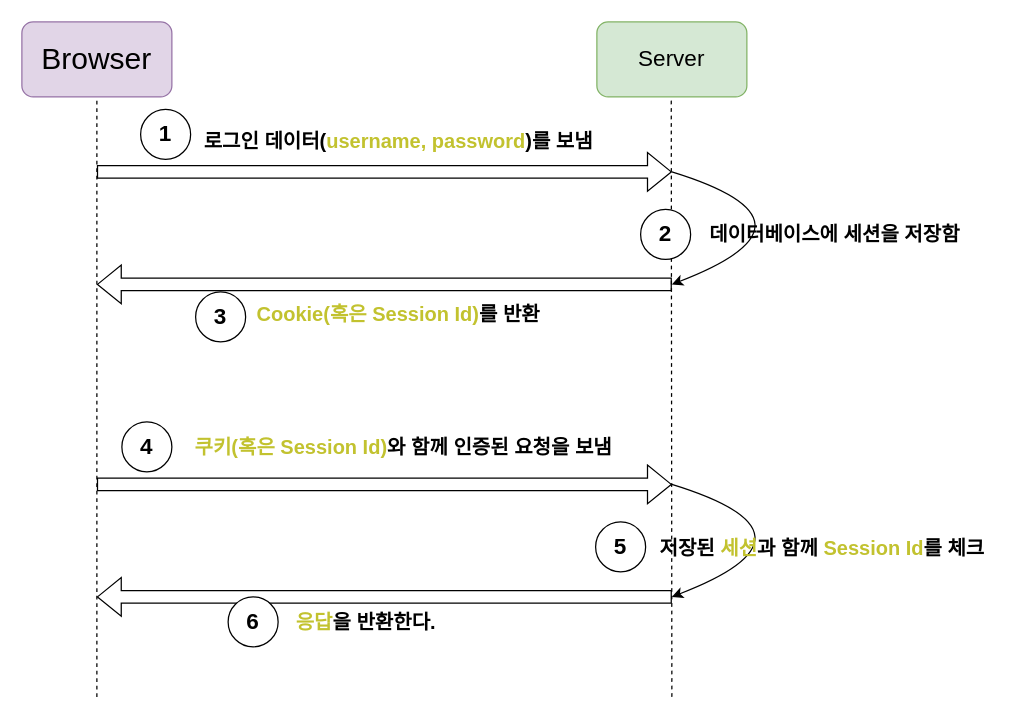
The draw.io diagram Session Diagram.drawio in intrager/diagram-repository, before the edit. Source tidied: cells renumbered, new cells numbered last; positions are measured from the earlier drawing's top-left corner, leaving out a move shared by most shapes. Both pictures are drawn from the tidied source at 125%, with x=0, y=0 at pixel (21, 21).
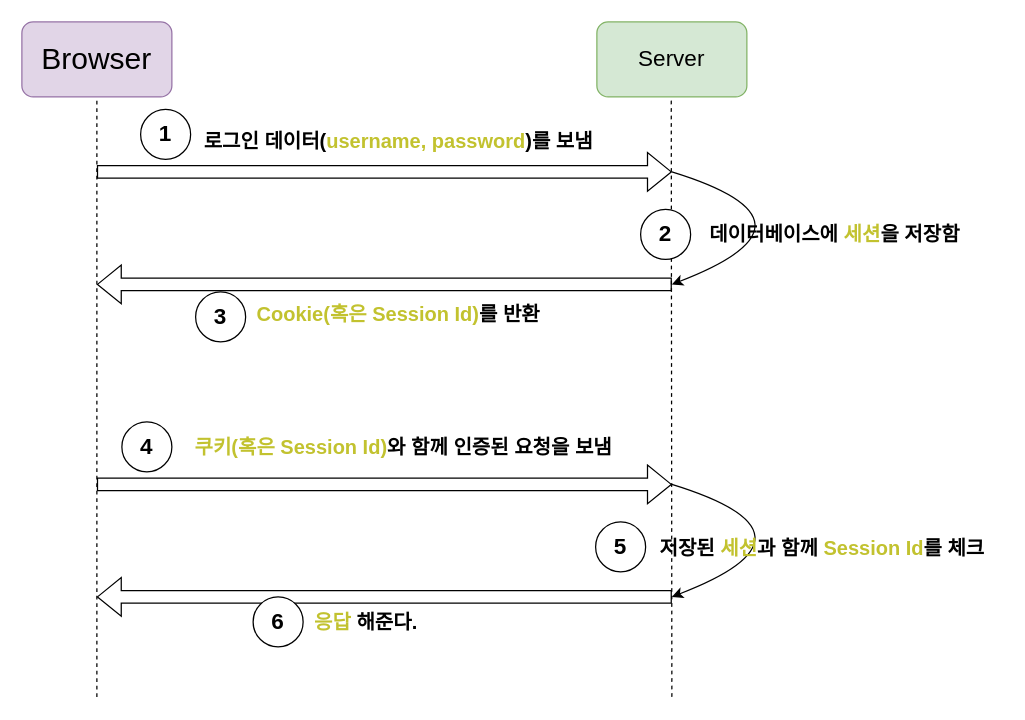
After the change.

The edit, as a diff of the source:
```diff
@@
-    <mxCell id="10" value="&lt;span style=&quot;font-size: 16px&quot;&gt;데이터베이스에 세션을 저장함&lt;/span&gt;" style="text;html=1;align=center;verticalAlign=middle;strokeColor=none;fillColor=none;fontSize=18;fontStyle=1;" parent="1" vertex="1">
+    <mxCell id="10" value="&lt;span style=&quot;font-size: 16px&quot;&gt;데이터베이스에 &lt;font color=&quot;#c2c22f&quot;&gt;세션&lt;/font&gt;을 저장함&lt;/span&gt;" style="text;html=1;align=center;verticalAlign=middle;strokeColor=none;fillColor=none;fontSize=18;fontStyle=1;" parent="1" vertex="1">
       <mxGeometry x="535" y="155" width="230" height="30" as="geometry" />
     </mxCell>
@@
     <mxCell id="22" value="6" style="ellipse;whiteSpace=wrap;html=1;fontSize=18;fontStyle=1;" parent="1" vertex="1">
-      <mxGeometry x="165" y="460" width="40" height="40" as="geometry" />
+      <mxGeometry x="185" y="460" width="40" height="40" as="geometry" />
     </mxCell>
-    <mxCell id="23" value="&lt;span style=&quot;font-size: 16px&quot;&gt;&lt;font color=&quot;#c2c22f&quot;&gt;응답&lt;/font&gt;을 반환한다.&lt;/span&gt;" style="text;html=1;align=center;verticalAlign=middle;strokeColor=none;fillColor=none;fontSize=18;fontStyle=1;" parent="1" vertex="1">
-      <mxGeometry x="205" y="465" width="140" height="30" as="geometry" />
+    <mxCell id="23" value="&lt;span style=&quot;font-size: 16px&quot;&gt;&lt;font color=&quot;#c2c22f&quot;&gt;응답&amp;nbsp;&lt;/font&gt;해준다.&lt;/span&gt;" style="text;html=1;align=center;verticalAlign=middle;strokeColor=none;fillColor=none;fontSize=18;fontStyle=1;" parent="1" vertex="1">
+      <mxGeometry x="225" y="465" width="100" height="30" as="geometry" />
     </mxCell>
```
